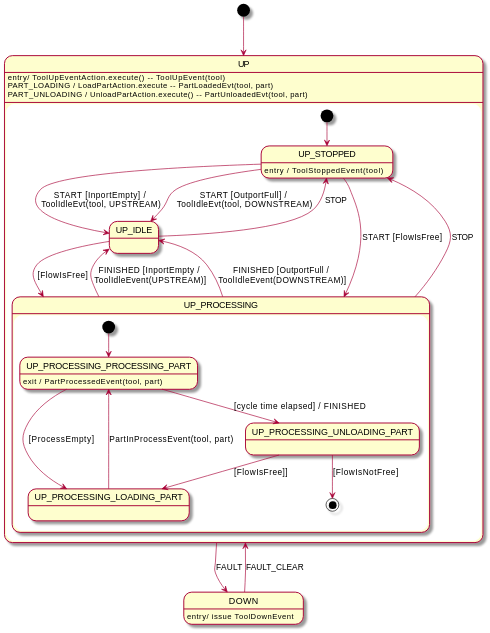
Before: doc/tool-fsm.svg, a diagram exported from PlantUML (onouv/mes-tool-mock-srv).
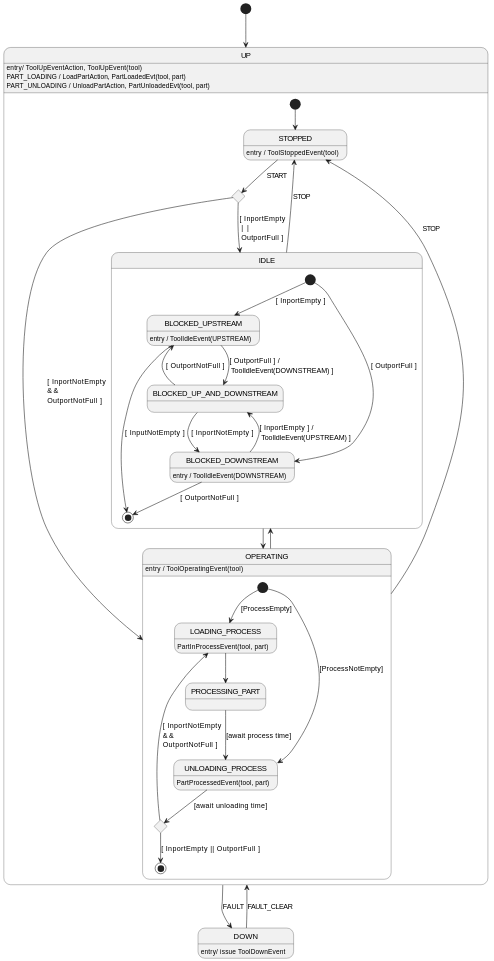
After the change.

Change to the diagram source:
```diff
@@ -1,44 +1,62 @@
 @startuml
-
+skinparam defaultTextAlignment left
 scale 350 width
 
 [*] --> UP
 state DOWN : entry/ issue ToolDownEvent
 
 state UP {
-    state UP: entry/ ToolUpEventAction.execute() -- ToolUpEvent(tool)
-    state UP: PART_LOADING / LoadPartAction.execute -- PartLoadedEvt(tool, part)
-    state UP: PART_UNLOADING / UnloadPartAction.execute() -- PartUnloadedEvt(tool, part)
+    state UP: entry/ ToolUpEventAction, ToolUpEvent(tool)
+    state UP: PART_LOADING / LoadPartAction, PartLoadedEvt(tool, part)
+    state UP: PART_UNLOADING / UnloadPartAction, PartUnloadedEvt(tool, part)
 
-    state UP_STOPPED
-    UP_STOPPED: entry / ToolStoppedEvent(tool)
-    state UP_IDLE
-    state UP_PROCESSING {
-        state UP_PROCESSING_PROCESSING_PART
-        state UP_PROCESSING_LOADING_PART
-        state UP_PROCESSING_UNLOADING_PART
+    state STOPPED
+    STOPPED: entry / ToolStoppedEvent(tool)
 
-        UP_PROCESSING_PROCESSING_PART: exit / PartProcessedEvent(tool, part)
+    state CHOICE_START <<choice>>
+    [*] --> STOPPED
+    STOPPED --> CHOICE_START: START
+    CHOICE_START --> OPERATING: [ InportNotEmpty\n&&\nOutportNotFull ]
+    CHOICE_START --> IDLE: [ InportEmpty \n ||\n OutportFull ]
 
-        [*] --> UP_PROCESSING_PROCESSING_PART
-        UP_PROCESSING_PROCESSING_PART --> UP_PROCESSING_LOADING_PART: [ProcessEmpty]
-        UP_PROCESSING_LOADING_PART --> UP_PROCESSING_PROCESSING_PART: PartInProcessEvent(tool, part)
+    OPERATING --> STOPPED: STOP
+    OPERATING --> IDLE
 
-        UP_PROCESSING_PROCESSING_PART --> UP_PROCESSING_UNLOADING_PART: [cycle time elapsed] / FINISHED
-        UP_PROCESSING_UNLOADING_PART --> UP_PROCESSING_LOADING_PART: [FlowIsFree]]
-        UP_PROCESSING_UNLOADING_PART --> [*]: [FlowIsNotFree]
+    state IDLE {
+
+        state BLOCKED_UPSTREAM: entry / ToolIdleEvent(UPSTREAM)
+        state BLOCKED_DOWNSTREAM: entry / ToolIdleEvent(DOWNSTREAM)
+
+        [*] --> BLOCKED_UPSTREAM: [ InportEmpty ]
+        [*] --> BLOCKED_DOWNSTREAM: [ OutportFull ]
+        BLOCKED_DOWNSTREAM --> BLOCKED_UP_AND_DOWNSTREAM: [ InportEmpty ] /\n ToolIdleEvent(UPSTREAM) ]
+        BLOCKED_UPSTREAM --> BLOCKED_UP_AND_DOWNSTREAM: [ OutportFull ] /\n ToolIdleEvent(DOWNSTREAM) ]
+        BLOCKED_UP_AND_DOWNSTREAM --> BLOCKED_UPSTREAM: [ OutportNotFull ]
+        BLOCKED_UP_AND_DOWNSTREAM --> BLOCKED_DOWNSTREAM: [ InportNotEmpty ]
+        BLOCKED_DOWNSTREAM --> [*]: [ OutportNotFull ]
+        BLOCKED_UPSTREAM --> [*]: [ InputNotEmpty ]
+     }
+
+    state OPERATING {
+        OPERATING: entry / ToolOperatingEvent(tool)
+                state LOADING_PROCESS: PartInProcessEvent(tool, part)
+                state UNLOADING_PROCESS: PartProcessedEvent(tool, part)
+                state CHOICE_UNLOADING <<choice>>
+                state PROCESSING_PART
+
+                [*] --> LOADING_PROCESS: [ProcessEmpty]
+                [*] --> UNLOADING_PROCESS: [ProcessNotEmpty]
+                LOADING_PROCESS --> PROCESSING_PART
+
+                PROCESSING_PART --> UNLOADING_PROCESS: [await process time]
+                UNLOADING_PROCESS --> CHOICE_UNLOADING: [await unloading time]
+                CHOICE_UNLOADING --> LOADING_PROCESS: [ InportNotEmpty \n&& \nOutportNotFull ]
+                CHOICE_UNLOADING --> [*] : [ InportEmpty || OutportFull ]
     }
 
-    [*] --> UP_STOPPED
-    UP_STOPPED --> UP_PROCESSING: START [FlowIsFree]
-    UP_STOPPED --> UP_IDLE: START [InportEmpty] / \nToolIdleEvt(tool, UPSTREAM)
-    UP_STOPPED --> UP_IDLE: START [OutportFull] / \nToolIdleEvt(tool, DOWNSTREAM)
-    UP_PROCESSING --> UP_STOPPED: STOP
-    UP_PROCESSING --> UP_IDLE: FINISHED [InportEmpty / \nToolIdleEvent(UPSTREAM)]
-    UP_PROCESSING --> UP_IDLE: FINISHED [OutportFull / \nToolIdleEvent(DOWNSTREAM)]
+    IDLE --> OPERATING
+    IDLE --> STOPPED: STOP
 
-    UP_IDLE --> UP_PROCESSING: [FlowIsFree]
-    UP_IDLE --> UP_STOPPED: STOP
 }
 
 UP --> DOWN: FAULT
```
